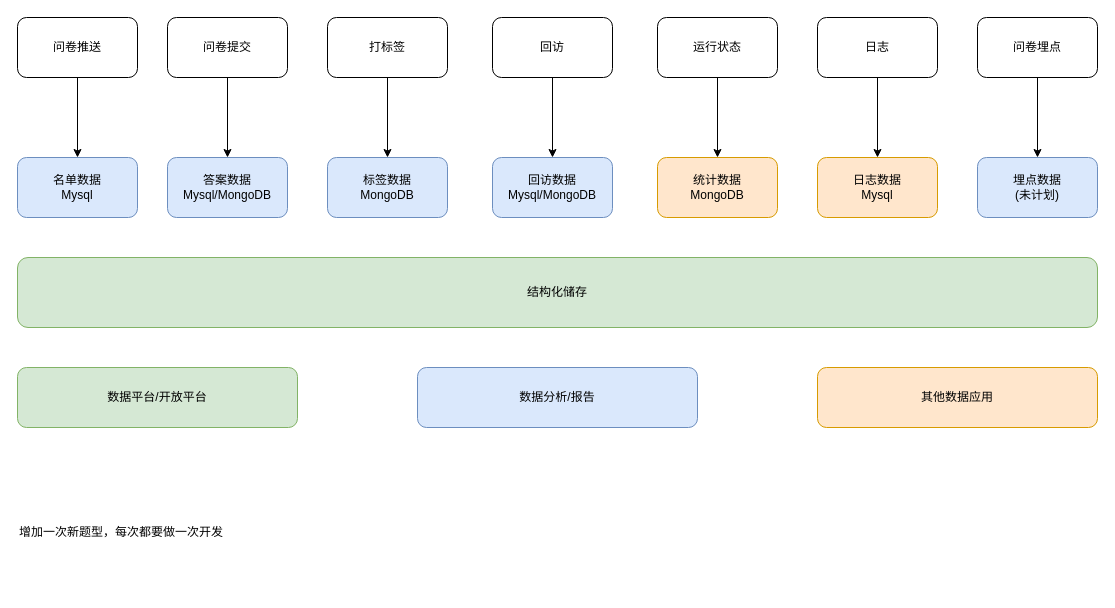
Before: 数据治理.drawio in lshunran/drawIO, a draw.io diagram. Source tidied: cells renumbered, new cells numbered last; positions are measured from the earlier drawing's top-left corner, leaving out a move shared by most shapes. Both pictures are drawn from the tidied source at 100%, with x=0, y=0 at pixel (17, 17).
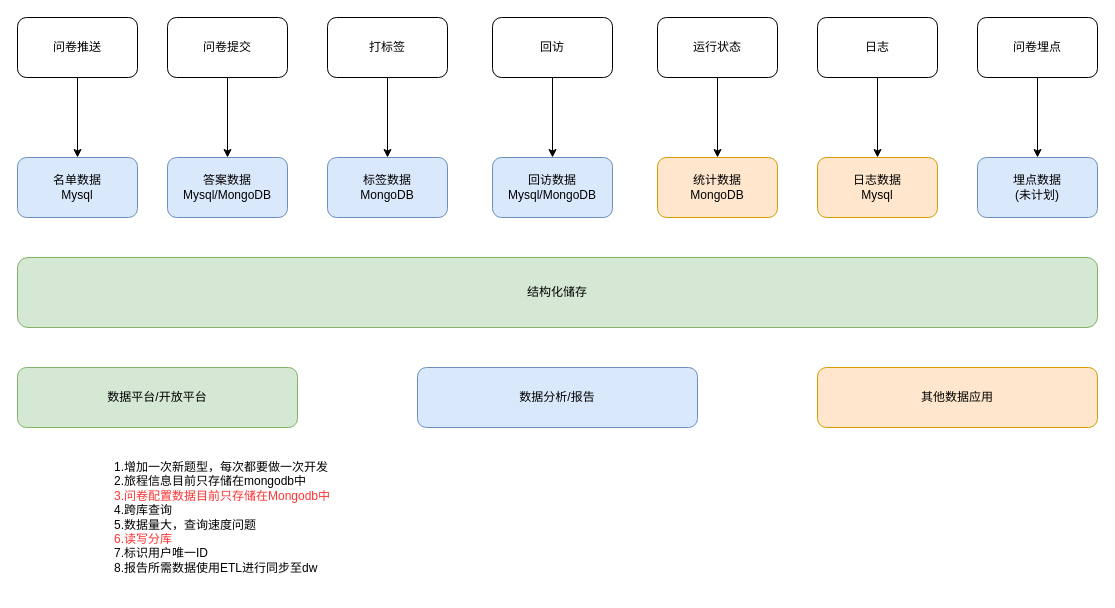
Above is the later version.

Change to the diagram source:
```diff
@@
-    <mxCell id="27" value="增加一次新题型，每次都要做一次开发" style="text;html=1;align=left;verticalAlign=top;spacingTop=-4;" parent="1" vertex="1">
-      <mxGeometry y="505" width="220" height="20" as="geometry" />
+    <mxCell id="27" value="1.增加一次新题型，每次都要做一次开发&lt;br&gt;2.旅程信息目前只存储在mongodb中&lt;br&gt;&lt;font color=&quot;#ff3333&quot;&gt;3.问卷配置数据目前只存储在Mongodb中&lt;/font&gt;&lt;br&gt;4.跨库查询&lt;br&gt;5.数据量大，查询速度问题&lt;br&gt;&lt;font color=&quot;#ff3333&quot;&gt;6.读写分库&lt;/font&gt;&lt;br&gt;7.标识用户唯一ID&lt;br&gt;8.报告所需数据使用ETL进行同步至dw&lt;br&gt;&lt;br&gt;" style="text;html=1;align=left;verticalAlign=top;spacingTop=-4;" parent="1" vertex="1">
+      <mxGeometry x="95" y="440" width="230" height="130" as="geometry" />
     </mxCell>
```
